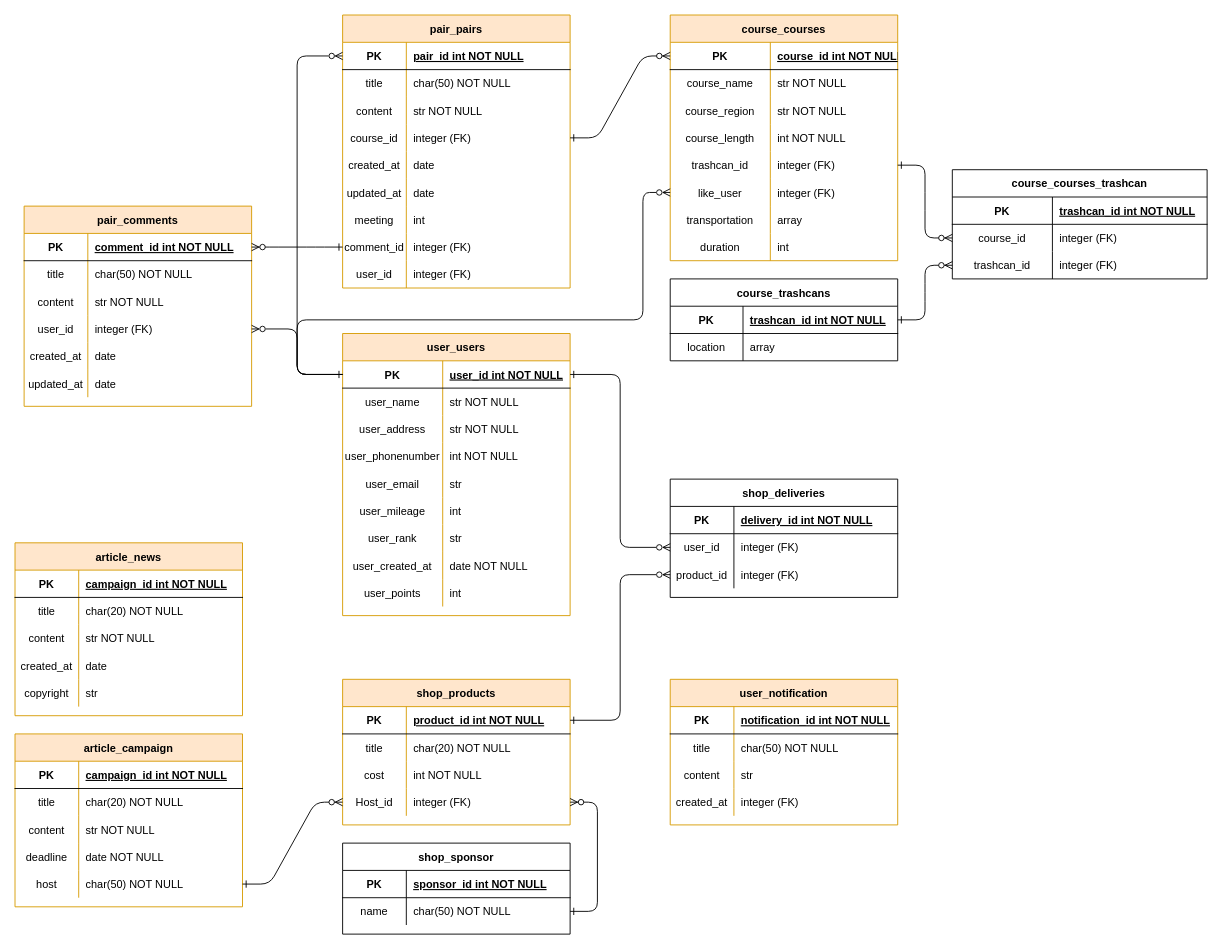
DooDoo3804/Study keeps this draw.io diagram as 1.drawio. Above is the earlier version. Source tidied: cells renumbered, new cells numbered last; positions are measured from the earlier drawing's top-left corner, leaving out a move shared by most shapes. Both pictures are drawn from the tidied source at 91%, with x=0, y=0 at pixel (15, 15).
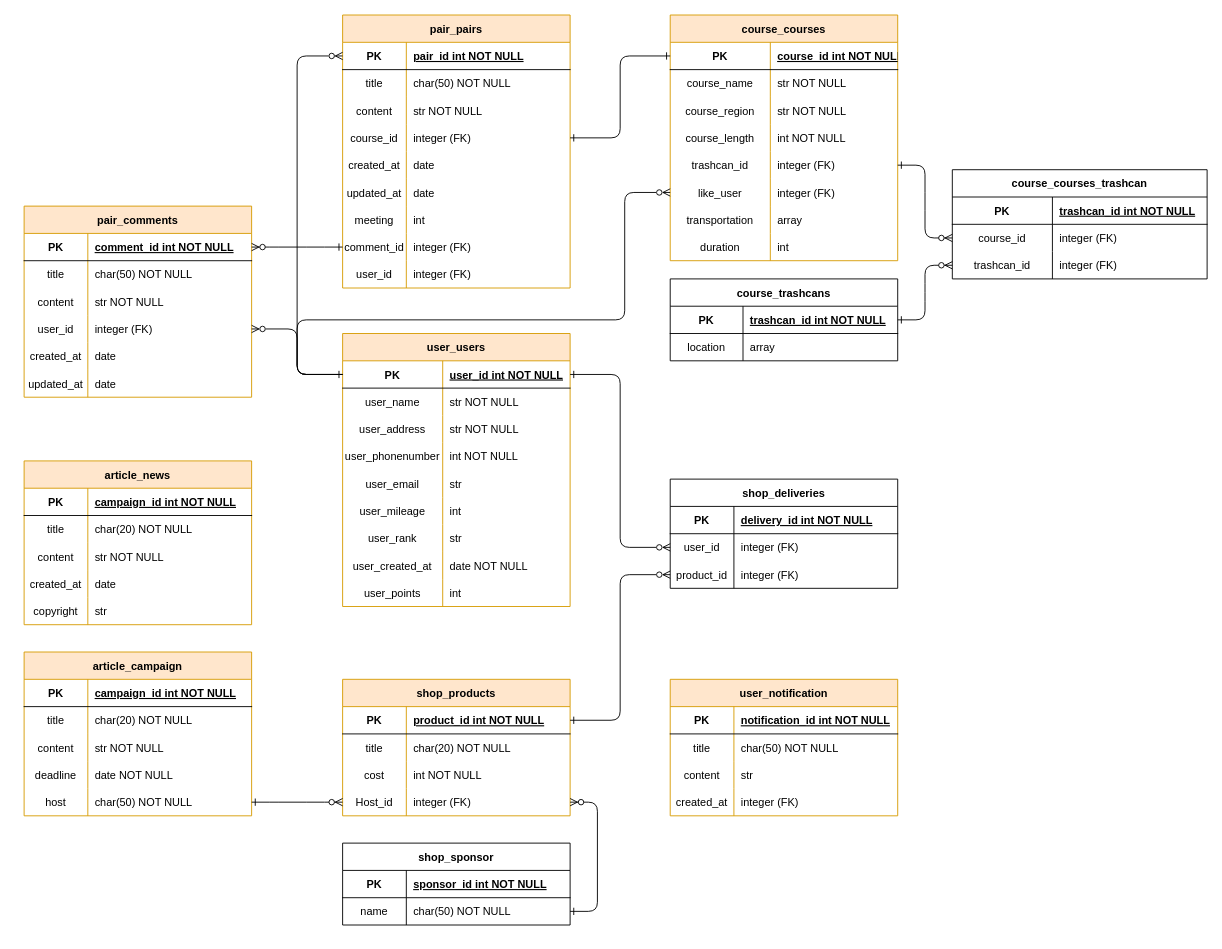
After the change.

Unchanged cells that the change refers to:
```xml
<mxCell id="3" style="shape=partialRectangle;fillColor=none;points=[[0,0.5],[1,0.5]];portConstraint=eastwest;top=0;left=0;right=0;bottom=1;" parent="2" vertex="1">
  <mxGeometry y="30" width="250" height="30" as="geometry" />
</mxCell>
<mxCell id="18" style="shape=partialRectangle;fillColor=none;points=[[0,0.5],[1,0.5]];portConstraint=eastwest;top=0;left=0;right=0;bottom=0;" parent="2" vertex="1">
  <mxGeometry y="180" width="250" height="30" as="geometry" />
</mxCell>
<mxCell id="41" style="shape=partialRectangle;fillColor=none;points=[[0,0.5],[1,0.5]];portConstraint=eastwest;top=0;left=0;right=0;bottom=1;" parent="40" vertex="1">
  <mxGeometry y="30" width="250" height="30" as="geometry" />
</mxCell>
<mxCell id="78" style="shape=partialRectangle;fillColor=none;points=[[0,0.5],[1,0.5]];portConstraint=eastwest;top=0;left=0;right=0;bottom=0;" parent="68" vertex="1">
  <mxGeometry y="120" width="250" height="30" as="geometry" />
</mxCell>
```

Diff of the diagram source:
```diff
@@
     <mxCell id="27" value="shop_products" style="shape=table;startSize=30;childLayout=tableLayout;rowLines=0;fontStyle=1;align=center;fillColor=#ffe6cc;strokeColor=#d79b00;" parent="1" vertex="1">
-      <mxGeometry x="360" y="730" width="250" height="160" as="geometry" />
+      <mxGeometry x="360" y="730" width="250" height="150" as="geometry" />
     </mxCell>
@@
     <mxCell id="40" value="user_users" style="shape=table;startSize=30;childLayout=tableLayout;rowLines=0;fontStyle=1;align=center;fillColor=#ffe6cc;strokeColor=#d79b00;" parent="1" vertex="1">
-      <mxGeometry x="360" y="350" width="250" height="310" as="geometry" />
+      <mxGeometry x="360" y="350" width="250" height="300" as="geometry" />
     </mxCell>
@@
     <mxCell id="96" value="article_campaign" style="shape=table;startSize=30;childLayout=tableLayout;rowLines=0;fontStyle=1;align=center;fillColor=#ffe6cc;strokeColor=#d79b00;" parent="1" vertex="1">
-      <mxGeometry y="790" width="250" height="190" as="geometry" />
+      <mxGeometry x="10" y="700" width="250" height="180" as="geometry" />
     </mxCell>
@@
     <mxCell id="112" value="shop_deliveries" style="shape=table;startSize=30;childLayout=tableLayout;rowLines=0;fontStyle=1;align=center;" parent="1" vertex="1">
-      <mxGeometry x="720" y="510" width="250" height="130" as="geometry" />
+      <mxGeometry x="720" y="510" width="250" height="120" as="geometry" />
     </mxCell>
@@
-    <mxCell id="122" style="edgeStyle=entityRelationEdgeStyle;endArrow=ERzeroToMany;startArrow=ERone;endFill=1;startFill=0;jumpStyle=none;" parent="1" edge="1" source="78" target="3">
-      <mxGeometry relative="1" as="geometry" />
-    </mxCell>
@@
     <mxCell id="143" value="user_notification" style="shape=table;startSize=30;childLayout=tableLayout;rowLines=0;fontStyle=1;align=center;fillColor=#ffe6cc;strokeColor=#d79b00;" parent="1" vertex="1">
-      <mxGeometry x="720" y="730" width="250" height="160" as="geometry" />
+      <mxGeometry x="720" y="730" width="250" height="150" as="geometry" />
     </mxCell>
@@
     <mxCell id="156" value="pair_comments" style="shape=table;startSize=30;childLayout=tableLayout;rowLines=0;fontStyle=1;align=center;fillColor=#ffe6cc;strokeColor=#d79b00;" parent="1" vertex="1">
-      <mxGeometry x="10" y="210" width="250" height="220" as="geometry" />
+      <mxGeometry x="10" y="210" width="250" height="210" as="geometry" />
     </mxCell>
@@
     <mxCell id="175" value="shop_sponsor" style="shape=table;startSize=30;childLayout=tableLayout;rowLines=0;fontStyle=1;align=center;" parent="1" vertex="1">
-      <mxGeometry x="360" y="910" width="250" height="100" as="geometry" />
+      <mxGeometry x="360" y="910" width="250" height="90" as="geometry" />
     </mxCell>
@@
     <mxCell id="182" value="article_news" style="shape=table;startSize=30;childLayout=tableLayout;rowLines=0;fontStyle=1;align=center;fillColor=#ffe6cc;strokeColor=#d79b00;" parent="1" vertex="1">
-      <mxGeometry y="580" width="250" height="190" as="geometry" />
+      <mxGeometry x="10" y="490" width="250" height="180" as="geometry" />
     </mxCell>
@@
     <mxCell id="200" style="edgeStyle=orthogonalEdgeStyle;rounded=1;jettySize=auto;html=1;endArrow=ERzeroToMany;endFill=0;startArrow=ERone;startFill=0;" parent="1" edge="1" source="41" target="18">
       <mxGeometry relative="1" as="geometry">
         <Array as="points">
           <mxPoint x="310" y="395" />
           <mxPoint x="310" y="335" />
-          <mxPoint x="690" y="335" />
-          <mxPoint x="690" y="195" />
+          <mxPoint x="670" y="335" />
+          <mxPoint x="670" y="195" />
         </Array>
       </mxGeometry>
     </mxCell>
@@
+    <mxCell id="122" style="edgeStyle=orthogonalEdgeStyle;rounded=1;jettySize=auto;html=1;startArrow=ERone;startFill=0;endArrow=ERone;endFill=0;" parent="1" edge="1" source="78" target="3">
+      <mxGeometry relative="1" as="geometry" />
+    </mxCell>
```
